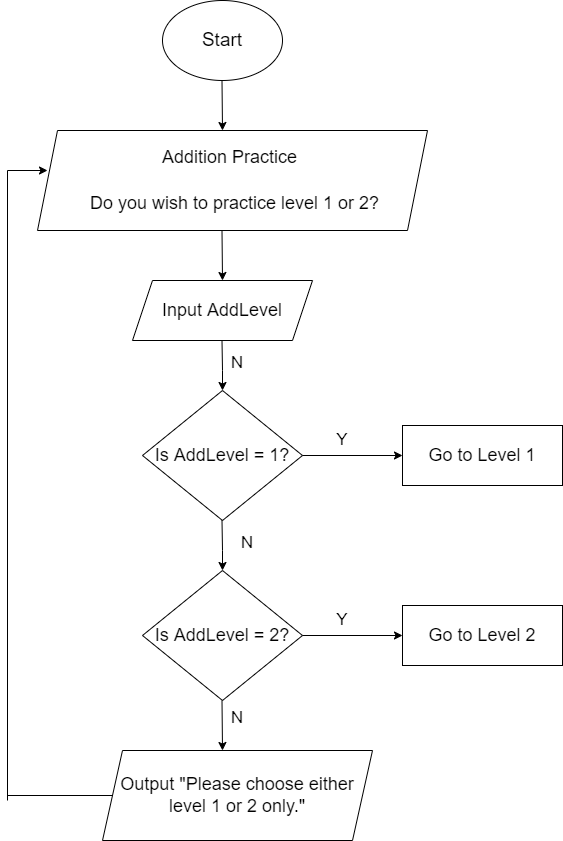
The draw.io diagram Basic Maths Operation Flowchart.epgz-Addition.drawio.png in amaalware/BasicMathsFlowchart, before a commit. Source tidied: cells renumbered, new cells last; positions are measured from the earlier drawing's top-left corner, leaving out a move shared by most shapes. The source it was exported from:
```xml
<mxGraphModel>
  <root>
    <mxCell id="0" />
    <mxCell id="1" parent="0" />
    <mxCell id="2" value="&lt;font style=&quot;font-size: 19px&quot;&gt;Start&lt;/font&gt;" style="ellipse;whiteSpace=wrap;html=1;" parent="1" vertex="1">
      <mxGeometry x="155" width="120" height="80" as="geometry" />
    </mxCell>
    <mxCell id="3" style="endArrow=classic;html=1;rounded=0;fontSize=19;" parent="1" edge="1">
      <mxGeometry relative="1" as="geometry">
        <mxPoint x="214.5" y="80" as="sourcePoint" />
        <mxPoint x="215" y="130" as="targetPoint" />
        <Array as="points">
          <mxPoint x="214.5" y="80" />
        </Array>
      </mxGeometry>
    </mxCell>
    <mxCell id="4" value="&lt;font style=&quot;font-size: 18px&quot;&gt;Addition Practice &lt;br&gt;&lt;br&gt;&amp;nbsp;Do you wish to practice level 1 or 2?&lt;br&gt;&lt;/font&gt;" style="shape=parallelogram;perimeter=parallelogramPerimeter;whiteSpace=wrap;html=1;fixedSize=1;fontSize=19;" parent="1" vertex="1">
      <mxGeometry x="30" y="130" width="390" height="100" as="geometry" />
    </mxCell>
    <mxCell id="5" style="endArrow=classic;html=1;rounded=0;fontSize=19;" parent="1" edge="1">
      <mxGeometry relative="1" as="geometry">
        <mxPoint x="214.5" y="230" as="sourcePoint" />
        <mxPoint x="215" y="280" as="targetPoint" />
        <Array as="points">
          <mxPoint x="214.5" y="230" />
        </Array>
      </mxGeometry>
    </mxCell>
    <mxCell id="6" value="Input AddLevel" style="shape=parallelogram;perimeter=parallelogramPerimeter;whiteSpace=wrap;html=1;fixedSize=1;fontSize=18;" parent="1" vertex="1">
      <mxGeometry x="125" y="280" width="180" height="60" as="geometry" />
    </mxCell>
    <mxCell id="7" style="endArrow=classic;html=1;rounded=0;fontSize=19;" parent="1" edge="1">
      <mxGeometry relative="1" as="geometry">
        <mxPoint x="214.5" y="340" as="sourcePoint" />
        <mxPoint x="215" y="390" as="targetPoint" />
        <Array as="points">
          <mxPoint x="214.5" y="340" />
          <mxPoint x="215" y="370" />
        </Array>
      </mxGeometry>
    </mxCell>
    <mxCell id="8" value="Is AddLevel = 1?" style="rhombus;whiteSpace=wrap;html=1;fontSize=18;" parent="1" vertex="1">
      <mxGeometry x="135" y="390" width="160" height="130" as="geometry" />
    </mxCell>
    <mxCell id="9" style="endArrow=classic;html=1;rounded=0;fontSize=18;exitX=1;exitY=0.5;exitDx=0;exitDy=0;" parent="1" edge="1">
      <mxGeometry relative="1" as="geometry">
        <mxPoint x="295" y="455" as="sourcePoint" />
        <mxPoint x="395" y="455" as="targetPoint" />
      </mxGeometry>
    </mxCell>
    <mxCell id="10" value="Go to Level 1" style="rounded=0;whiteSpace=wrap;html=1;fontSize=18;" parent="1" vertex="1">
      <mxGeometry x="395" y="425" width="160" height="60" as="geometry" />
    </mxCell>
    <mxCell id="11" value="Y" style="text;html=1;strokeColor=none;fillColor=none;align=center;verticalAlign=middle;whiteSpace=wrap;rounded=0;fontSize=17;" parent="1" vertex="1">
      <mxGeometry x="305" y="425" width="60" height="30" as="geometry" />
    </mxCell>
    <mxCell id="12" style="endArrow=classic;html=1;rounded=0;fontSize=19;" parent="1" edge="1">
      <mxGeometry relative="1" as="geometry">
        <mxPoint x="214.5" y="520" as="sourcePoint" />
        <mxPoint x="215" y="570" as="targetPoint" />
        <Array as="points">
          <mxPoint x="214.5" y="520" />
          <mxPoint x="215" y="550" />
        </Array>
      </mxGeometry>
    </mxCell>
    <mxCell id="13" value="Is AddLevel = 2?" style="rhombus;whiteSpace=wrap;html=1;fontSize=18;" parent="1" vertex="1">
      <mxGeometry x="135" y="570" width="160" height="130" as="geometry" />
    </mxCell>
    <mxCell id="14" style="endArrow=classic;html=1;rounded=0;fontSize=18;exitX=1;exitY=0.5;exitDx=0;exitDy=0;" parent="1" edge="1">
      <mxGeometry relative="1" as="geometry">
        <mxPoint x="295" y="635" as="sourcePoint" />
        <mxPoint x="395" y="635" as="targetPoint" />
      </mxGeometry>
    </mxCell>
    <mxCell id="15" value="Go to Level 2" style="rounded=0;whiteSpace=wrap;html=1;fontSize=18;" parent="1" vertex="1">
      <mxGeometry x="395" y="605" width="160" height="60" as="geometry" />
    </mxCell>
    <mxCell id="16" value="Y" style="text;html=1;strokeColor=none;fillColor=none;align=center;verticalAlign=middle;whiteSpace=wrap;rounded=0;fontSize=17;" parent="1" vertex="1">
      <mxGeometry x="305" y="605" width="60" height="30" as="geometry" />
    </mxCell>
    <mxCell id="17" value="N" style="text;html=1;strokeColor=none;fillColor=none;align=center;verticalAlign=middle;whiteSpace=wrap;rounded=0;fontSize=17;" parent="1" vertex="1">
      <mxGeometry x="210" y="515" width="60" height="55" as="geometry" />
    </mxCell>
    <mxCell id="18" value="N" style="text;html=1;strokeColor=none;fillColor=none;align=center;verticalAlign=middle;whiteSpace=wrap;rounded=0;fontSize=17;" parent="1" vertex="1">
      <mxGeometry x="200" y="335" width="60" height="55" as="geometry" />
    </mxCell>
    <mxCell id="19" value="N" style="text;html=1;strokeColor=none;fillColor=none;align=center;verticalAlign=middle;whiteSpace=wrap;rounded=0;fontSize=17;" parent="1" vertex="1">
      <mxGeometry x="200" y="690" width="60" height="55" as="geometry" />
    </mxCell>
    <mxCell id="20" style="endArrow=classic;html=1;rounded=0;fontSize=19;" parent="1" edge="1">
      <mxGeometry relative="1" as="geometry">
        <mxPoint x="214.5" y="700" as="sourcePoint" />
        <mxPoint x="215" y="750" as="targetPoint" />
        <Array as="points">
          <mxPoint x="214.5" y="700" />
        </Array>
      </mxGeometry>
    </mxCell>
    <mxCell id="21" value="Output &quot;Please choose either level 1 or 2 only.&quot;" style="shape=parallelogram;perimeter=parallelogramPerimeter;whiteSpace=wrap;html=1;fixedSize=1;fontSize=18;" parent="1" vertex="1">
      <mxGeometry x="95" y="750" width="270" height="90" as="geometry" />
    </mxCell>
    <mxCell id="22" style="endArrow=none;html=1;rounded=0;exitX=0;exitY=0.5;exitDx=0;exitDy=0;" parent="1" edge="1" source="21">
      <mxGeometry relative="1" as="geometry">
        <mxPoint y="795" as="targetPoint" />
      </mxGeometry>
    </mxCell>
    <mxCell id="23" style="endArrow=none;html=1;rounded=0;" parent="1" edge="1">
      <mxGeometry relative="1" as="geometry">
        <mxPoint y="800" as="sourcePoint" />
        <mxPoint y="170" as="targetPoint" />
      </mxGeometry>
    </mxCell>
    <mxCell id="24" style="endArrow=classic;html=1;rounded=0;" parent="1" edge="1">
      <mxGeometry relative="1" as="geometry">
        <mxPoint y="170" as="sourcePoint" />
        <mxPoint x="40" y="170" as="targetPoint" />
      </mxGeometry>
    </mxCell>
  </root>
</mxGraphModel>
```
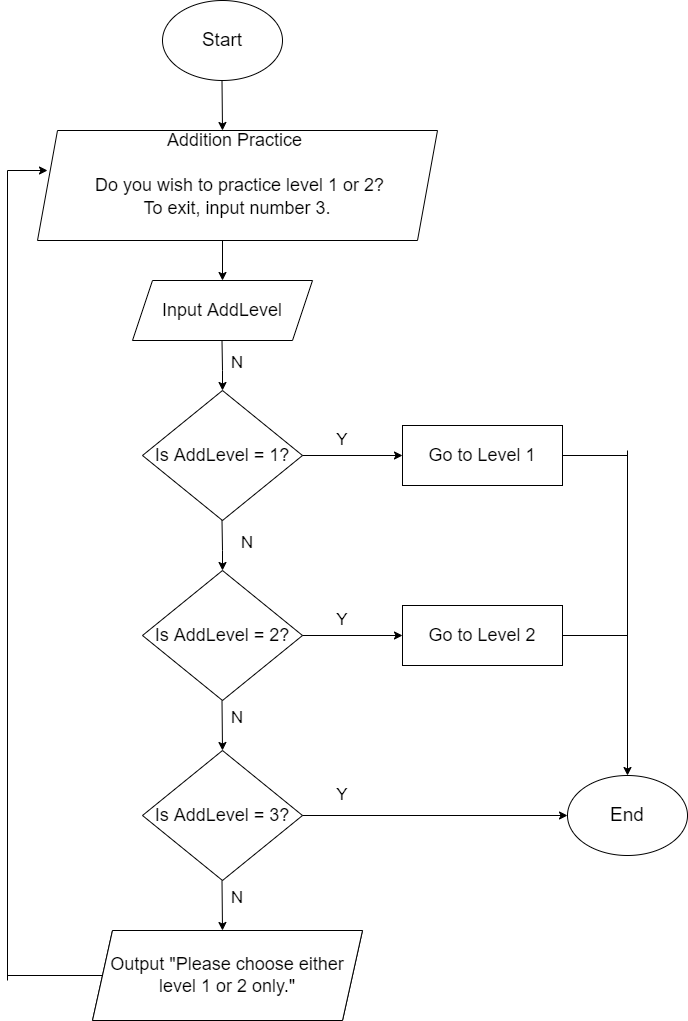
Later version of the same file.

Diff of the diagram source:
```diff
@@ -14,16 +14,13 @@
         </Array>
       </mxGeometry>
     </mxCell>
-    <mxCell id="4" value="&lt;font style=&quot;font-size: 18px&quot;&gt;Addition Practice &lt;br&gt;&lt;br&gt;&amp;nbsp;Do you wish to practice level 1 or 2?&lt;br&gt;&lt;/font&gt;" style="shape=parallelogram;perimeter=parallelogramPerimeter;whiteSpace=wrap;html=1;fixedSize=1;fontSize=19;" parent="1" vertex="1">
-      <mxGeometry x="30" y="130" width="390" height="100" as="geometry" />
+    <mxCell id="4" value="&lt;font style=&quot;font-size: 18px&quot;&gt;Addition Practice &lt;br&gt;&lt;br&gt;&amp;nbsp;Do you wish to practice level 1 or 2?&lt;br&gt;To exit, input number 3.&lt;br&gt;&lt;br&gt;&lt;/font&gt;" style="shape=parallelogram;perimeter=parallelogramPerimeter;whiteSpace=wrap;html=1;fixedSize=1;fontSize=19;" parent="1" vertex="1">
+      <mxGeometry x="30" y="130" width="400" height="110" as="geometry" />
     </mxCell>
     <mxCell id="5" style="endArrow=classic;html=1;rounded=0;fontSize=19;" parent="1" edge="1">
       <mxGeometry relative="1" as="geometry">
-        <mxPoint x="214.5" y="230" as="sourcePoint" />
+        <mxPoint x="215" y="240" as="sourcePoint" />
         <mxPoint x="215" y="280" as="targetPoint" />
-        <Array as="points">
-          <mxPoint x="214.5" y="230" />
-        </Array>
       </mxGeometry>
     </mxCell>
     <mxCell id="6" value="Input AddLevel" style="shape=parallelogram;perimeter=parallelogramPerimeter;whiteSpace=wrap;html=1;fixedSize=1;fontSize=18;" parent="1" vertex="1">
@@ -98,16 +95,16 @@
       </mxGeometry>
     </mxCell>
     <mxCell id="21" value="Output &quot;Please choose either level 1 or 2 only.&quot;" style="shape=parallelogram;perimeter=parallelogramPerimeter;whiteSpace=wrap;html=1;fixedSize=1;fontSize=18;" parent="1" vertex="1">
-      <mxGeometry x="95" y="750" width="270" height="90" as="geometry" />
+      <mxGeometry x="85" y="930" width="270" height="90" as="geometry" />
     </mxCell>
     <mxCell id="22" style="endArrow=none;html=1;rounded=0;exitX=0;exitY=0.5;exitDx=0;exitDy=0;" parent="1" edge="1" source="21">
       <mxGeometry relative="1" as="geometry">
-        <mxPoint y="795" as="targetPoint" />
+        <mxPoint y="975" as="targetPoint" />
       </mxGeometry>
     </mxCell>
     <mxCell id="23" style="endArrow=none;html=1;rounded=0;" parent="1" edge="1">
       <mxGeometry relative="1" as="geometry">
-        <mxPoint y="800" as="sourcePoint" />
+        <mxPoint y="980" as="sourcePoint" />
         <mxPoint y="170" as="targetPoint" />
       </mxGeometry>
     </mxCell>
@@ -117,5 +114,50 @@
         <mxPoint x="40" y="170" as="targetPoint" />
       </mxGeometry>
     </mxCell>
+    <mxCell id="25" value="Is AddLevel = 3?" style="rhombus;whiteSpace=wrap;html=1;fontSize=18;" parent="1" vertex="1">
+      <mxGeometry x="135" y="750" width="160" height="130" as="geometry" />
+    </mxCell>
+    <mxCell id="26" value="N" style="text;html=1;strokeColor=none;fillColor=none;align=center;verticalAlign=middle;whiteSpace=wrap;rounded=0;fontSize=17;" parent="1" vertex="1">
+      <mxGeometry x="200" y="870" width="60" height="55" as="geometry" />
+    </mxCell>
+    <mxCell id="27" style="endArrow=classic;html=1;rounded=0;fontSize=19;" parent="1" edge="1">
+      <mxGeometry relative="1" as="geometry">
+        <mxPoint x="214.5" y="880" as="sourcePoint" />
+        <mxPoint x="215" y="930" as="targetPoint" />
+        <Array as="points">
+          <mxPoint x="214.5" y="880" />
+        </Array>
+      </mxGeometry>
+    </mxCell>
+    <mxCell id="28" value="Output &quot;Please choose either level 1 or 2 only.&quot;" style="shape=parallelogram;perimeter=parallelogramPerimeter;whiteSpace=wrap;html=1;fixedSize=1;fontSize=18;" parent="1" vertex="1">
+      <mxGeometry x="85" y="930" width="270" height="90" as="geometry" />
+    </mxCell>
+    <mxCell id="29" style="endArrow=classic;html=1;rounded=0;fontSize=18;exitX=1;exitY=0.5;exitDx=0;exitDy=0;" parent="1" edge="1">
+      <mxGeometry relative="1" as="geometry">
+        <mxPoint x="295" y="815" as="sourcePoint" />
+        <mxPoint x="560" y="815" as="targetPoint" />
+      </mxGeometry>
+    </mxCell>
+    <mxCell id="30" value="Y" style="text;html=1;strokeColor=none;fillColor=none;align=center;verticalAlign=middle;whiteSpace=wrap;rounded=0;fontSize=17;" parent="1" vertex="1">
+      <mxGeometry x="305" y="780" width="60" height="30" as="geometry" />
+    </mxCell>
+    <mxCell id="31" value="&lt;font style=&quot;font-size: 19px&quot;&gt;End&lt;/font&gt;" style="ellipse;whiteSpace=wrap;html=1;" parent="1" vertex="1">
+      <mxGeometry x="560" y="775" width="120" height="80" as="geometry" />
+    </mxCell>
+    <mxCell id="32" style="endArrow=none;html=1;rounded=0;exitX=1;exitY=0.5;exitDx=0;exitDy=0;" parent="1" edge="1" source="15">
+      <mxGeometry relative="1" as="geometry">
+        <mxPoint x="620" y="635" as="targetPoint" />
+      </mxGeometry>
+    </mxCell>
+    <mxCell id="33" style="endArrow=none;html=1;rounded=0;entryX=1;entryY=0.5;entryDx=0;entryDy=0;" parent="1" edge="1" target="10">
+      <mxGeometry relative="1" as="geometry">
+        <mxPoint x="620" y="455" as="sourcePoint" />
+      </mxGeometry>
+    </mxCell>
+    <mxCell id="34" style="endArrow=classic;html=1;rounded=0;entryX=0.5;entryY=0;entryDx=0;entryDy=0;" parent="1" edge="1" target="31">
+      <mxGeometry relative="1" as="geometry">
+        <mxPoint x="620" y="450" as="sourcePoint" />
+      </mxGeometry>
+    </mxCell>
   </root>
 </mxGraphModel>
```
